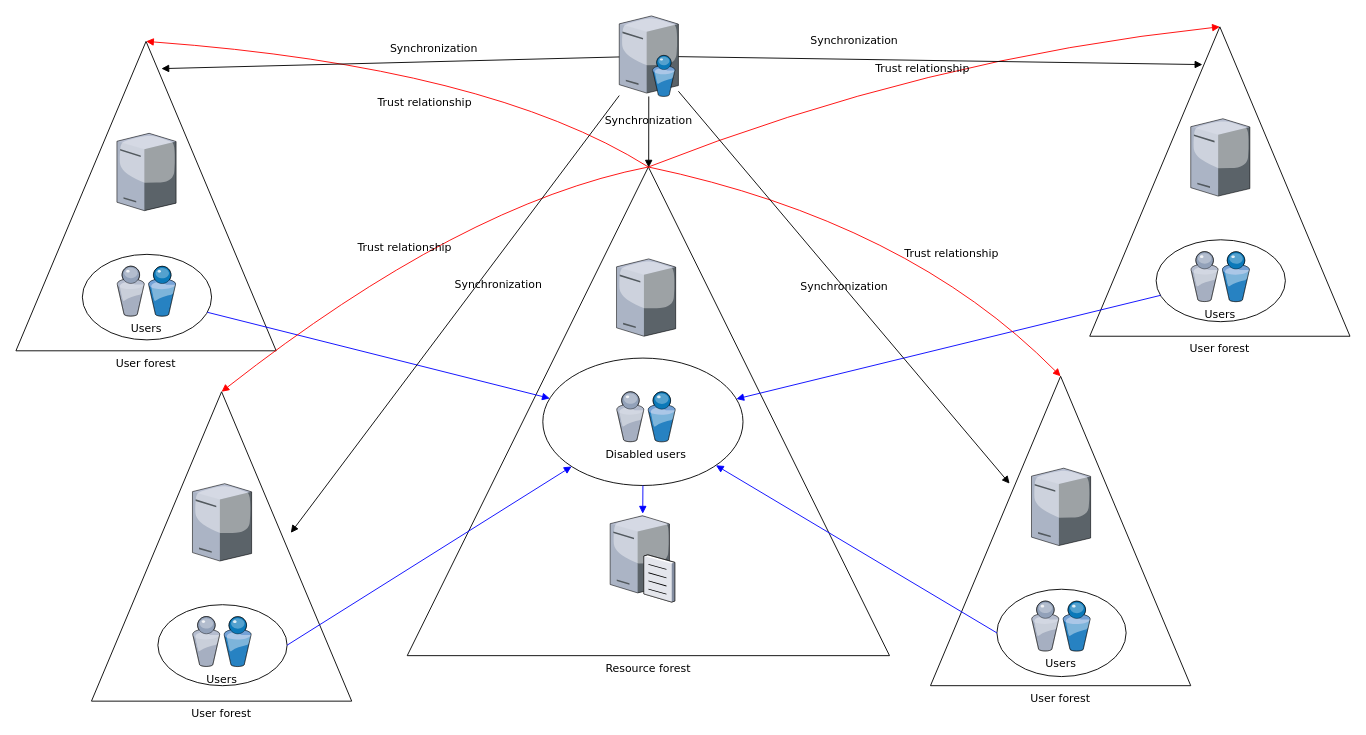
Above: Untitled Diagram.drawio in drubio-moba/diagramas (draw.io), before the change. Source tidied: cells renumbered, new cells numbered last; positions are measured from the earlier drawing's top-left corner, leaving out a move shared by most shapes. Both pictures are drawn from the tidied source at 91%, with x=0, y=0 at pixel (15, 15).
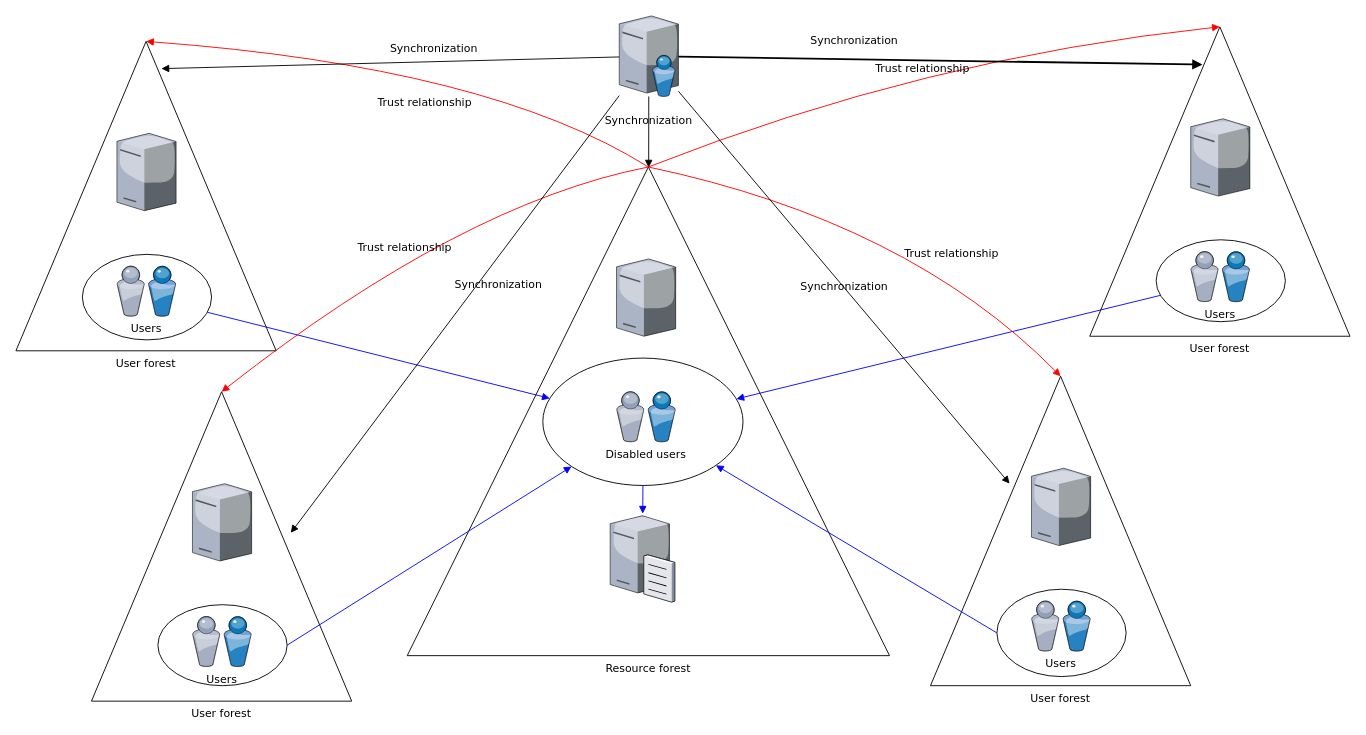
The same diagram, later.

Unchanged cells that the change refers to:
```xml
<mxCell id="5" style="verticalLabelPosition=bottom;html=1;verticalAlign=top;strokeColor=none;shape=mxgraph.citrix.directory_server;rounded=0;shadow=0;comic=0;fontFamily=Verdana;" parent="1" vertex="1">
  <mxGeometry x="663" width="65" height="88.5" as="geometry" />
</mxCell>
<mxCell id="12" value="User forest" style="triangle;whiteSpace=wrap;html=1;rounded=0;shadow=0;comic=0;strokeWidth=1;fontFamily=Verdana;direction=north;labelPosition=center;verticalLabelPosition=bottom;align=center;verticalAlign=top;" parent="1" vertex="1">
  <mxGeometry x="1180" y="12" width="286" height="340" as="geometry" />
</mxCell>
```

The edit, as a diff of the source:
```diff
@@
-    <mxCell id="21" value="Synchronization" style="rounded=0;html=1;entryX=0.878;entryY=0.433;entryPerimeter=0;labelBackgroundColor=none;startArrow=none;startFill=0;endArrow=block;endFill=1;strokeWidth=1;fontFamily=Verdana;fontSize=12;" parent="1" edge="1" source="5" target="12">
+    <mxCell id="21" value="Synchronization" style="rounded=0;html=1;entryX=0.878;entryY=0.433;entryPerimeter=0;labelBackgroundColor=none;startArrow=none;startFill=0;endArrow=block;endFill=1;strokeWidth=2;fontFamily=Verdana;fontSize=12;" parent="1" edge="1" source="5" target="12">
       <mxGeometry x="-0.33" y="21" relative="1" as="geometry" />
     </mxCell>
```
